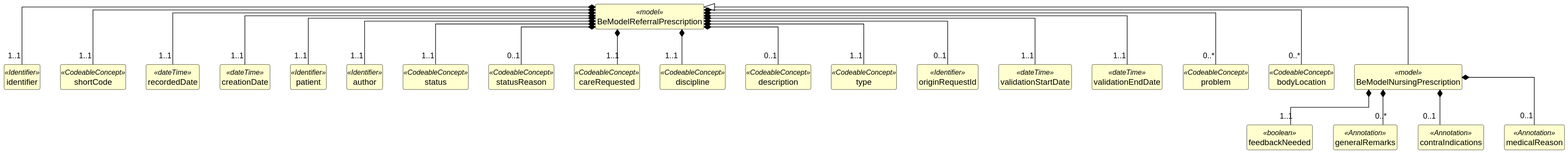
Above: exports/diagrams/BeModelNursingPrescription-uml.svg in caresets/caresets-src (PlantUML), before the change.
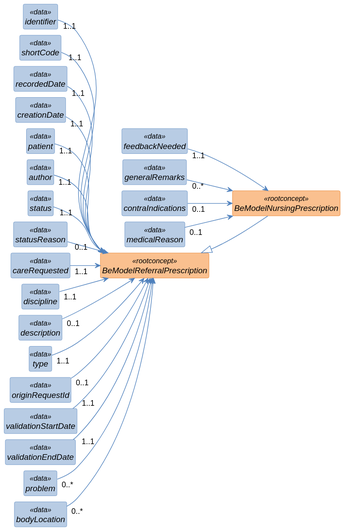
Later version of the same file.

What changed in the source:
```diff
@@ -1,106 +1,113 @@
 @startuml
+left to right direction
 skinparam shadowing false
+skinparam nodesep 10
+skinparam ranksep 40
 skinparam classAttributeIconSize 0
-skinparam linetype ortho
 skinparam class {
-  BackgroundColor #FEFECE
-  BorderColor #000000
-  ArrowColor #000000
-  FontStyle bold
-  AttributeFontStyle normal
+  FontStyle italic
+  BackgroundColor<<rootconcept>> #FAC08F
+  BorderColor<<rootconcept>> #E36C0A
+  BackgroundColor<<data>> #B8CCE4
+  BorderColor<<data>> #4F81BD
+  BackgroundColor<<reference>> #D9D9D9
+  BorderColor<<reference>> #808080
+  BackgroundColor<<value set>> #C3D69B
+  BorderColor<<value set>> #77933C
+  ArrowColor #4F81BD
 }
 hide circle
 hide empty members
 
-class "BeModelReferralPrescription" as BeModelReferralPrescription <<model>> {
+class "BeModelReferralPrescription" as BeModelReferralPrescription <<rootconcept>> {
 }
 
-class "identifier" as BeModelReferralPrescription_identifier <<Identifier>> {
+class "identifier" as BeModelReferralPrescription_identifier <<data>> {
 }
 
-class "shortCode" as BeModelReferralPrescription_shortCode <<CodeableConcept>> {
+class "shortCode" as BeModelReferralPrescription_shortCode <<data>> {
 }
 
-class "recordedDate" as BeModelReferralPrescription_recordedDate <<dateTime>> {
+class "recordedDate" as BeModelReferralPrescription_recordedDate <<data>> {
 }
 
-class "creationDate" as BeModelReferralPrescription_creationDate <<dateTime>> {
+class "creationDate" as BeModelReferralPrescription_creationDate <<data>> {
 }
 
-class "patient" as BeModelReferralPrescription_patient <<Identifier>> {
+class "patient" as BeModelReferralPrescription_patient <<data>> {
 }
 
-class "author" as BeModelReferralPrescription_author <<Identifier>> {
+class "author" as BeModelReferralPrescription_author <<data>> {
 }
 
-class "status" as BeModelReferralPrescription_status <<CodeableConcept>> {
+class "status" as BeModelReferralPrescription_status <<data>> {
 }
 
-class "statusReason" as BeModelReferralPrescription_statusReason <<CodeableConcept>> {
+class "statusReason" as BeModelReferralPrescription_statusReason <<data>> {
 }
 
-class "careRequested" as BeModelReferralPrescription_careRequested <<CodeableConcept>> {
+class "careRequested" as BeModelReferralPrescription_careRequested <<data>> {
 }
 
-class "discipline" as BeModelReferralPrescription_discipline <<CodeableConcept>> {
+class "discipline" as BeModelReferralPrescription_discipline <<data>> {
 }
 
-class "description" as BeModelReferralPrescription_description <<CodeableConcept>> {
+class "description" as BeModelReferralPrescription_description <<data>> {
 }
 
-class "type" as BeModelReferralPrescription_type <<CodeableConcept>> {
+class "type" as BeModelReferralPrescription_type <<data>> {
 }
 
-class "originRequestId" as BeModelReferralPrescription_originRequestId <<Identifier>> {
+class "originRequestId" as BeModelReferralPrescription_originRequestId <<data>> {
 }
 
-class "validationStartDate" as BeModelReferralPrescription_validationStartDate <<dateTime>> {
+class "validationStartDate" as BeModelReferralPrescription_validationStartDate <<data>> {
 }
 
-class "validationEndDate" as BeModelReferralPrescription_validationEndDate <<dateTime>> {
+class "validationEndDate" as BeModelReferralPrescription_validationEndDate <<data>> {
 }
 
-class "problem" as BeModelReferralPrescription_problem <<CodeableConcept>> {
+class "problem" as BeModelReferralPrescription_problem <<data>> {
 }
 
-class "bodyLocation" as BeModelReferralPrescription_bodyLocation <<CodeableConcept>> {
+class "bodyLocation" as BeModelReferralPrescription_bodyLocation <<data>> {
 }
 
-class "BeModelNursingPrescription" as BeModelNursingPrescription <<model>> {
+class "BeModelNursingPrescription" as BeModelNursingPrescription <<rootconcept>> {
 }
 
-class "feedbackNeeded" as BeModelNursingPrescription_feedbackNeeded <<boolean>> {
+class "feedbackNeeded" as BeModelNursingPrescription_feedbackNeeded <<data>> {
 }
 
-class "generalRemarks" as BeModelNursingPrescription_generalRemarks <<Annotation>> {
+class "generalRemarks" as BeModelNursingPrescription_generalRemarks <<data>> {
 }
 
-class "contraIndications" as BeModelNursingPrescription_contraIndications <<Annotation>> {
+class "contraIndications" as BeModelNursingPrescription_contraIndications <<data>> {
 }
 
-class "medicalReason" as BeModelNursingPrescription_medicalReason <<Annotation>> {
+class "medicalReason" as BeModelNursingPrescription_medicalReason <<data>> {
 }
 
-BeModelReferralPrescription *-- "1..1" BeModelReferralPrescription_identifier
-BeModelReferralPrescription *-- "1..1" BeModelReferralPrescription_shortCode
-BeModelReferralPrescription *-- "1..1" BeModelReferralPrescription_recordedDate
-BeModelReferralPrescription *-- "1..1" BeModelReferralPrescription_creationDate
-BeModelReferralPrescription *-- "1..1" BeModelReferralPrescription_patient
-BeModelReferralPrescription *-- "1..1" BeModelReferralPrescription_author
-BeModelReferralPrescription *-- "1..1" BeModelReferralPrescription_status
-BeModelReferralPrescription *-- "0..1" BeModelReferralPrescription_statusReason
-BeModelReferralPrescription *-- "1..1" BeModelReferralPrescription_careRequested
-BeModelReferralPrescription *-- "1..1" BeModelReferralPrescription_discipline
-BeModelReferralPrescription *-- "0..1" BeModelReferralPrescription_description
-BeModelReferralPrescription *-- "1..1" BeModelReferralPrescription_type
-BeModelReferralPrescription *-- "0..1" BeModelReferralPrescription_originRequestId
-BeModelReferralPrescription *-- "1..1" BeModelReferralPrescription_validationStartDate
-BeModelReferralPrescription *-- "1..1" BeModelReferralPrescription_validationEndDate
-BeModelReferralPrescription *-- "0..*" BeModelReferralPrescription_problem
-BeModelReferralPrescription *-- "0..*" BeModelReferralPrescription_bodyLocation
-BeModelNursingPrescription *-- "1..1" BeModelNursingPrescription_feedbackNeeded
-BeModelNursingPrescription *-- "0..*" BeModelNursingPrescription_generalRemarks
-BeModelNursingPrescription *-- "0..1" BeModelNursingPrescription_contraIndications
-BeModelNursingPrescription *-- "0..1" BeModelNursingPrescription_medicalReason
+BeModelReferralPrescription_identifier "1..1" --> BeModelReferralPrescription
+BeModelReferralPrescription_shortCode "1..1" --> BeModelReferralPrescription
+BeModelReferralPrescription_recordedDate "1..1" --> BeModelReferralPrescription
+BeModelReferralPrescription_creationDate "1..1" --> BeModelReferralPrescription
+BeModelReferralPrescription_patient "1..1" --> BeModelReferralPrescription
+BeModelReferralPrescription_author "1..1" --> BeModelReferralPrescription
+BeModelReferralPrescription_status "1..1" --> BeModelReferralPrescription
+BeModelReferralPrescription_statusReason "0..1" --> BeModelReferralPrescription
+BeModelReferralPrescription_careRequested "1..1" --> BeModelReferralPrescription
+BeModelReferralPrescription_discipline "1..1" --> BeModelReferralPrescription
+BeModelReferralPrescription_description "0..1" --> BeModelReferralPrescription
+BeModelReferralPrescription_type "1..1" --> BeModelReferralPrescription
+BeModelReferralPrescription_originRequestId "0..1" --> BeModelReferralPrescription
+BeModelReferralPrescription_validationStartDate "1..1" --> BeModelReferralPrescription
+BeModelReferralPrescription_validationEndDate "1..1" --> BeModelReferralPrescription
+BeModelReferralPrescription_problem "0..*" --> BeModelReferralPrescription
+BeModelReferralPrescription_bodyLocation "0..*" --> BeModelReferralPrescription
+BeModelNursingPrescription_feedbackNeeded "1..1" --> BeModelNursingPrescription
+BeModelNursingPrescription_generalRemarks "0..*" --> BeModelNursingPrescription
+BeModelNursingPrescription_contraIndications "0..1" --> BeModelNursingPrescription
+BeModelNursingPrescription_medicalReason "0..1" --> BeModelNursingPrescription
 BeModelReferralPrescription <|-- BeModelNursingPrescription
 @enduml
```
